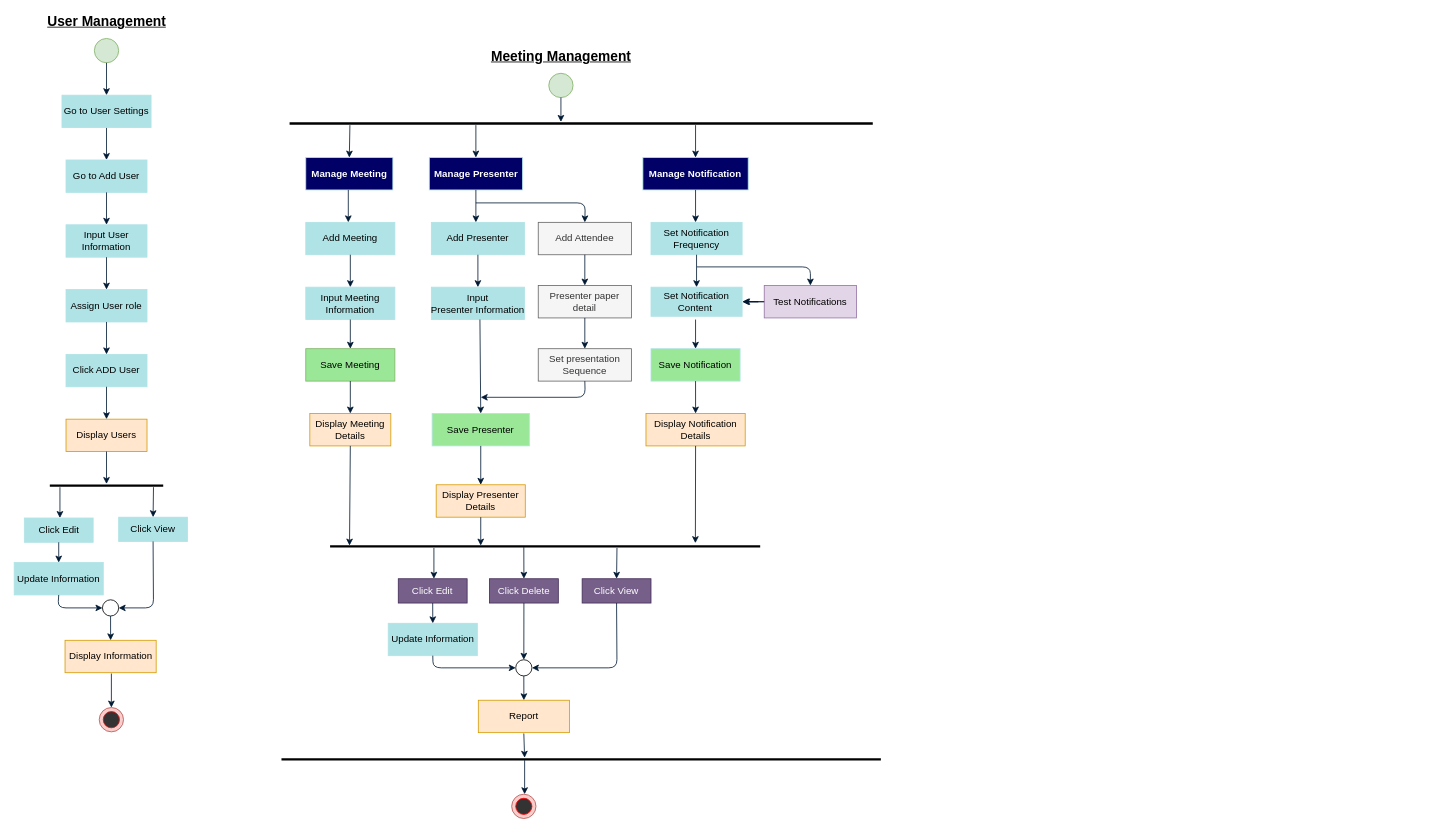
Above: Untitled Diagram.drawio in Afifairin/Diagrams (draw.io), before the change. Source tidied: cells renumbered, new cells numbered last; positions are measured from the earlier drawing's top-left corner, leaving out a move shared by most shapes. Both pictures are drawn from the tidied source at 81%, with x=0, y=0 at pixel (14, 14).
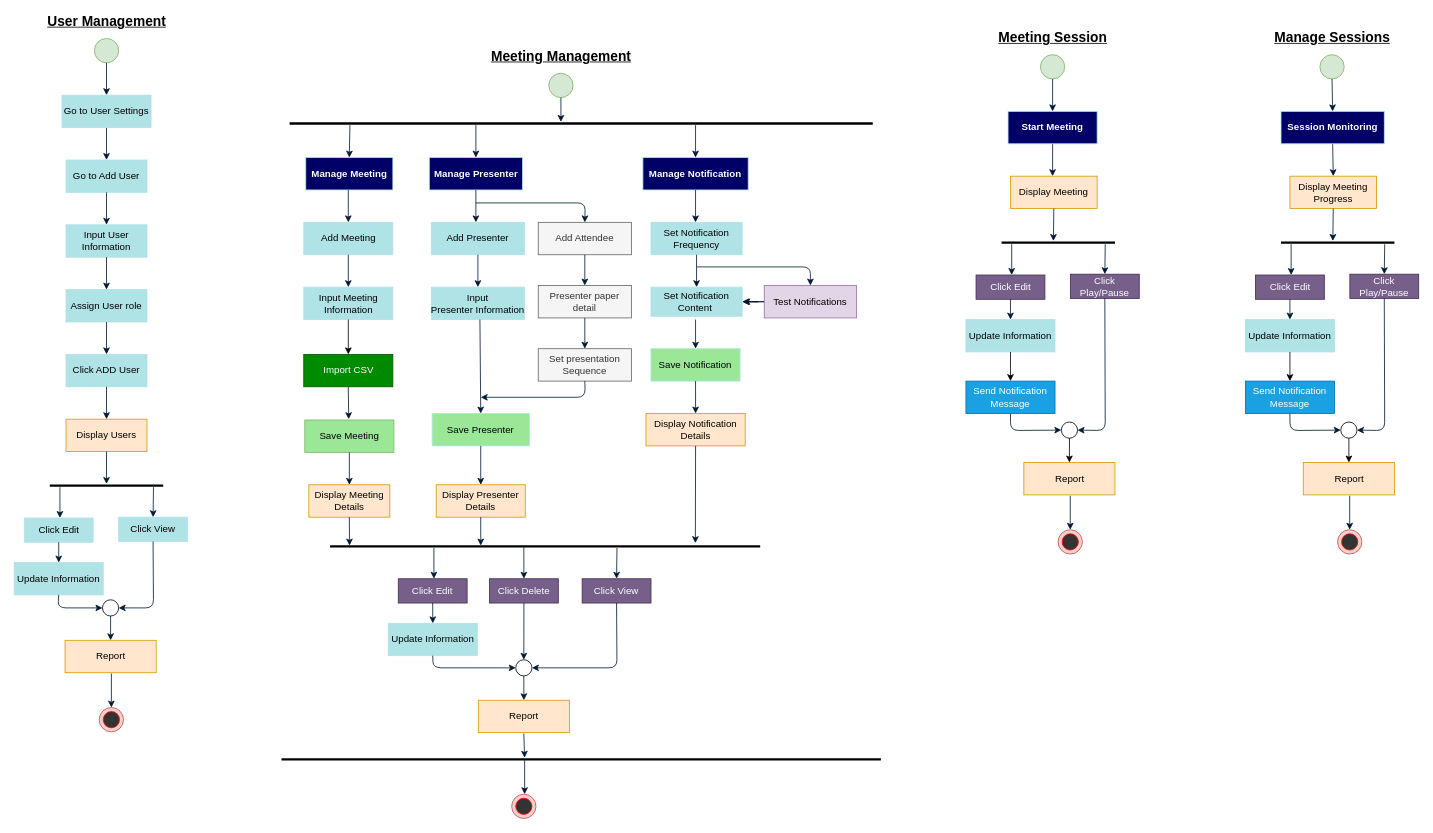
The same page after the edit.

The edit, as a diff of the source:
```diff
@@
     <mxCell id="28" value="Add Meeting" style="rounded=0;whiteSpace=wrap;html=1;fillColor=#b0e3e6;strokeColor=#B0E3E6;" parent="1" vertex="1">
-      <mxGeometry x="360" y="257" width="110" height="40" as="geometry" />
+      <mxGeometry x="357.5" y="257" width="110" height="40" as="geometry" />
     </mxCell>
     <mxCell id="29" value="Input Meeting Information" style="rounded=0;whiteSpace=wrap;html=1;fillColor=#b0e3e6;strokeColor=#B0E3E6;" parent="1" vertex="1">
-      <mxGeometry x="360" y="337" width="110" height="40" as="geometry" />
+      <mxGeometry x="357.5" y="337" width="110" height="40" as="geometry" />
     </mxCell>
@@
     <mxCell id="39" value="&lt;span&gt;Save Meeting&lt;/span&gt;" style="rounded=0;whiteSpace=wrap;html=1;strokeColor=#82b366;fillColor=#9AE897;" parent="1" vertex="1">
-      <mxGeometry x="360" y="413" width="110" height="40" as="geometry" />
+      <mxGeometry x="358.8" y="501" width="110" height="40" as="geometry" />
     </mxCell>
     <mxCell id="40" value="Display Meeting Details" style="rounded=0;whiteSpace=wrap;html=1;fillColor=#ffe6cc;strokeColor=#d79b00;" parent="1" vertex="1">
-      <mxGeometry x="365" y="493" width="100" height="40" as="geometry" />
+      <mxGeometry x="363.8" y="581" width="100" height="40" as="geometry" />
     </mxCell>
@@
-    <mxCell id="43" style="endArrow=classic;html=1;exitX=0.5;exitY=1;exitDx=0;exitDy=0;entryX=0.5;entryY=0;entryDx=0;entryDy=0;strokeColor=#001933;" parent="1" edge="1" source="29" target="39">
-      <mxGeometry relative="1" as="geometry" />
+    <mxCell id="43" style="endArrow=classic;html=1;strokeColor=#001933;exitX=0.5;exitY=1;exitDx=0;exitDy=0;" parent="1" edge="1" source="100">
+      <mxGeometry relative="1" as="geometry">
+        <mxPoint x="413" y="500" as="targetPoint" />
+      </mxGeometry>
     </mxCell>
@@
-    <mxCell id="83" value="Display Information" style="rounded=0;whiteSpace=wrap;html=1;fillColor=#ffe6cc;strokeColor=#d79b00;" parent="1" vertex="1">
+    <mxCell id="83" value="Report" style="rounded=0;whiteSpace=wrap;html=1;fillColor=#ffe6cc;strokeColor=#d79b00;" parent="1" vertex="1">
       <mxGeometry x="62.8" y="773" width="112.5" height="40" as="geometry" />
     </mxCell>
@@
+    <mxCell id="100" value="Import CSV" style="rounded=0;whiteSpace=wrap;html=1;fillColor=#008a00;strokeColor=#005700;fontColor=#ffffff;" parent="1" vertex="1">
+      <mxGeometry x="357.5" y="420" width="110" height="40" as="geometry" />
+    </mxCell>
+    <mxCell id="101" style="endArrow=classic;html=1;exitX=0.5;exitY=1;exitDx=0;exitDy=0;entryX=0.5;entryY=0;entryDx=0;entryDy=0;" parent="1" edge="1" source="29" target="100">
+      <mxGeometry relative="1" as="geometry" />
+    </mxCell>
+    <mxCell id="102" style="ellipse;whiteSpace=wrap;html=1;fillColor=#d5e8d4;strokeColor=#82b366;" parent="1" vertex="1">
+      <mxGeometry x="1267" y="50" width="30" height="30" as="geometry" />
+    </mxCell>
+    <mxCell id="103" value="&lt;b&gt;&lt;font style=&quot;font-size: 17px&quot;&gt;&lt;u&gt;Meeting Session&lt;/u&gt;&lt;/font&gt;&lt;/b&gt;" style="text;html=1;align=center;verticalAlign=middle;" parent="1" vertex="1">
+      <mxGeometry x="1207" y="20" width="150" height="20" as="geometry" />
+    </mxCell>
+    <mxCell id="104" style="endArrow=classic;html=1;strokeColor=#001933;exitX=0.5;exitY=1;exitDx=0;exitDy=0;" parent="1" edge="1" source="107">
+      <mxGeometry relative="1" as="geometry">
+        <mxPoint x="1282" y="200" as="targetPoint" />
+      </mxGeometry>
+    </mxCell>
+    <mxCell id="105" value="Display Meeting" style="rounded=0;whiteSpace=wrap;html=1;fillColor=#ffe6cc;strokeColor=#d79b00;" parent="1" vertex="1">
+      <mxGeometry x="1230" y="200" width="107" height="40" as="geometry" />
+    </mxCell>
+    <mxCell id="106" style="endArrow=classic;html=1;exitX=0.5;exitY=1;exitDx=0;exitDy=0;strokeColor=#001933;" parent="1" edge="1" source="105">
+      <mxGeometry relative="1" as="geometry">
+        <mxPoint x="1283" y="280" as="targetPoint" />
+      </mxGeometry>
+    </mxCell>
+    <mxCell id="107" value="&lt;font color=&quot;#ffffff&quot;&gt;&lt;b&gt;Start Meeting&lt;/b&gt;&lt;/font&gt;" style="rounded=0;whiteSpace=wrap;html=1;strokeColor=#B0E3E6;fillColor=#000066;" parent="1" vertex="1">
+      <mxGeometry x="1227" y="120" width="110" height="40" as="geometry" />
+    </mxCell>
+    <mxCell id="108" style="endArrow=classic;html=1;exitX=0.5;exitY=1;exitDx=0;exitDy=0;entryX=0.5;entryY=0;entryDx=0;entryDy=0;strokeColor=#001933;" parent="1" edge="1" source="102" target="107">
+      <mxGeometry relative="1" as="geometry" />
+    </mxCell>
+    <mxCell id="109" style="ellipse;whiteSpace=wrap;html=1;fillColor=#f8cecc;strokeColor=#b85450;" parent="1" vertex="1">
+      <mxGeometry x="1288.8" y="636.5" width="30" height="30" as="geometry" />
+    </mxCell>
+    <mxCell id="110" style="ellipse;whiteSpace=wrap;html=1;fillColor=#333333;strokeColor=#FF0000;" parent="1" vertex="1">
+      <mxGeometry x="1293.8" y="641.5" width="20" height="20" as="geometry" />
+    </mxCell>
+    <mxCell id="111" style="endArrow=classic;html=1;entryX=0.5;entryY=0;entryDx=0;entryDy=0;strokeColor=#001933;" parent="1" edge="1" target="109">
+      <mxGeometry relative="1" as="geometry">
+        <mxPoint x="1303.8" y="594.5" as="sourcePoint" />
+      </mxGeometry>
+    </mxCell>
+    <mxCell id="112" style="line;strokeWidth=3;fillColor=none;align=left;verticalAlign=middle;spacingTop=-1;spacingLeft=3;spacingRight=3;labelPosition=right;" parent="1" vertex="1">
+      <mxGeometry x="1219" y="279" width="140" height="6" as="geometry" />
+    </mxCell>
+    <mxCell id="113" style="endArrow=classic;html=1;strokeColor=#001933;" parent="1" edge="1">
+      <mxGeometry relative="1" as="geometry">
+        <mxPoint x="1231.5" y="284" as="sourcePoint" />
+        <mxPoint x="1231.5" y="322" as="targetPoint" />
+      </mxGeometry>
+    </mxCell>
+    <mxCell id="114" value="&lt;span&gt;Click Edit&lt;/span&gt;" style="rounded=0;whiteSpace=wrap;html=1;strokeColor=#432D57;fillColor=#76608a;fontColor=#ffffff;" parent="1" vertex="1">
+      <mxGeometry x="1187.5" y="322" width="85" height="30" as="geometry" />
+    </mxCell>
+    <mxCell id="115" value="&lt;span&gt;Click Play/Pause&lt;/span&gt;" style="rounded=0;whiteSpace=wrap;html=1;fillColor=#76608a;strokeColor=#432D57;fontColor=#ffffff;" parent="1" vertex="1">
+      <mxGeometry x="1304" y="321" width="85" height="30" as="geometry" />
+    </mxCell>
+    <mxCell id="116" style="endArrow=classic;html=1;strokeColor=#001933;entryX=0.5;entryY=0;entryDx=0;entryDy=0;" parent="1" edge="1" target="115">
+      <mxGeometry relative="1" as="geometry">
+        <mxPoint x="1347" y="284" as="sourcePoint" />
+      </mxGeometry>
+    </mxCell>
+    <mxCell id="117" value="Update Information" style="rounded=0;whiteSpace=wrap;html=1;fillColor=#b0e3e6;strokeColor=#B0E3E6;" parent="1" vertex="1">
+      <mxGeometry x="1175" y="377" width="110" height="40" as="geometry" />
+    </mxCell>
+    <mxCell id="118" value="Report" style="rounded=0;whiteSpace=wrap;html=1;fillColor=#ffe6cc;strokeColor=#d79b00;" parent="1" vertex="1">
+      <mxGeometry x="1246.5" y="553.5" width="112.5" height="40" as="geometry" />
+    </mxCell>
+    <mxCell id="119" style="ellipse;whiteSpace=wrap;html=1;strokeColor=#000000;strokeWidth=1;fillColor=none;" parent="1" vertex="1">
+      <mxGeometry x="1292.8" y="503.5" width="20" height="20" as="geometry" />
+    </mxCell>
+    <mxCell id="120" style="endArrow=classic;html=1;exitX=0.5;exitY=1;exitDx=0;exitDy=0;strokeColor=#001933;entryX=0.5;entryY=0;entryDx=0;entryDy=0;" parent="1" edge="1" source="114" target="117">
+      <mxGeometry relative="1" as="geometry" />
+    </mxCell>
+    <mxCell id="121" style="endArrow=classic;html=1;exitX=0.5;exitY=1;exitDx=0;exitDy=0;strokeColor=#001933;entryX=1;entryY=0.5;entryDx=0;entryDy=0;" parent="1" edge="1" source="115" target="119">
+      <mxGeometry relative="1" as="geometry">
+        <Array as="points">
+          <mxPoint x="1347" y="514" />
+        </Array>
+      </mxGeometry>
+    </mxCell>
+    <mxCell id="122" style="endArrow=classic;html=1;strokeColor=#001933;entryX=0;entryY=0.5;entryDx=0;entryDy=0;exitX=0.5;exitY=1;exitDx=0;exitDy=0;" parent="1" edge="1" source="124" target="119">
+      <mxGeometry relative="1" as="geometry">
+        <Array as="points">
+          <mxPoint x="1230" y="514" />
+        </Array>
+      </mxGeometry>
+    </mxCell>
+    <mxCell id="123" style="endArrow=classic;html=1;exitX=0.5;exitY=0;exitDx=0;exitDy=0;strokeColor=#001933;entryX=0.5;entryY=0;entryDx=0;entryDy=0;" parent="1" edge="1" source="118" target="118">
+      <mxGeometry relative="1" as="geometry" />
+    </mxCell>
+    <mxCell id="124" value="Send Notification Message" style="rounded=0;whiteSpace=wrap;html=1;strokeColor=#006EAF;fillColor=#1ba1e2;fontColor=#ffffff;" parent="1" vertex="1">
+      <mxGeometry x="1175" y="453" width="110" height="40" as="geometry" />
+    </mxCell>
+    <mxCell id="125" style="endArrow=classic;html=1;exitX=0.5;exitY=1;exitDx=0;exitDy=0;entryX=0.5;entryY=0;entryDx=0;entryDy=0;" parent="1" edge="1" source="117" target="124">
+      <mxGeometry relative="1" as="geometry" />
+    </mxCell>
+    <mxCell id="126" style="endArrow=classic;html=1;entryX=0.5;entryY=0;entryDx=0;entryDy=0;exitX=0.5;exitY=1;exitDx=0;exitDy=0;" parent="1" edge="1" source="119" target="118">
+      <mxGeometry relative="1" as="geometry" />
+    </mxCell>
+    <mxCell id="127" style="ellipse;whiteSpace=wrap;html=1;fillColor=#d5e8d4;strokeColor=#82b366;" parent="1" vertex="1">
+      <mxGeometry x="1612" y="50" width="30" height="30" as="geometry" />
+    </mxCell>
+    <mxCell id="128" value="&lt;b&gt;&lt;font style=&quot;font-size: 17px&quot;&gt;&lt;u&gt;Manage Sessions&lt;/u&gt;&lt;/font&gt;&lt;/b&gt;" style="text;html=1;align=center;verticalAlign=middle;" parent="1" vertex="1">
+      <mxGeometry x="1547" y="20" width="160" height="20" as="geometry" />
+    </mxCell>
+    <mxCell id="129" style="endArrow=classic;html=1;strokeColor=#001933;exitX=0.5;exitY=1;exitDx=0;exitDy=0;entryX=0.5;entryY=0;entryDx=0;entryDy=0;" parent="1" edge="1" source="132" target="130">
+      <mxGeometry relative="1" as="geometry" />
+    </mxCell>
+    <mxCell id="130" value="Display Meeting Progress" style="rounded=0;whiteSpace=wrap;html=1;fillColor=#ffe6cc;strokeColor=#d79b00;" parent="1" vertex="1">
+      <mxGeometry x="1575" y="200" width="107" height="40" as="geometry" />
+    </mxCell>
+    <mxCell id="131" style="endArrow=classic;html=1;exitX=0.5;exitY=1;exitDx=0;exitDy=0;strokeColor=#001933;" parent="1" edge="1" source="130">
+      <mxGeometry relative="1" as="geometry">
+        <mxPoint x="1628" y="280" as="targetPoint" />
+      </mxGeometry>
+    </mxCell>
+    <mxCell id="132" value="&lt;font color=&quot;#ffffff&quot;&gt;&lt;b&gt;Session Monitoring&lt;/b&gt;&lt;/font&gt;" style="rounded=0;whiteSpace=wrap;html=1;strokeColor=#B0E3E6;fillColor=#000066;" parent="1" vertex="1">
+      <mxGeometry x="1564" y="120" width="127.5" height="40" as="geometry" />
+    </mxCell>
+    <mxCell id="133" style="endArrow=classic;html=1;exitX=0.5;exitY=1;exitDx=0;exitDy=0;entryX=0.5;entryY=0;entryDx=0;entryDy=0;strokeColor=#001933;" parent="1" edge="1" source="127" target="132">
+      <mxGeometry relative="1" as="geometry" />
+    </mxCell>
+    <mxCell id="134" style="ellipse;whiteSpace=wrap;html=1;fillColor=#f8cecc;strokeColor=#b85450;" parent="1" vertex="1">
+      <mxGeometry x="1633.8" y="636.5" width="30" height="30" as="geometry" />
+    </mxCell>
+    <mxCell id="135" style="ellipse;whiteSpace=wrap;html=1;fillColor=#333333;strokeColor=#FF0000;" parent="1" vertex="1">
+      <mxGeometry x="1638.8" y="641.5" width="20" height="20" as="geometry" />
+    </mxCell>
+    <mxCell id="136" style="endArrow=classic;html=1;entryX=0.5;entryY=0;entryDx=0;entryDy=0;strokeColor=#001933;" parent="1" edge="1" target="134">
+      <mxGeometry relative="1" as="geometry">
+        <mxPoint x="1648.8" y="594.5" as="sourcePoint" />
+      </mxGeometry>
+    </mxCell>
+    <mxCell id="137" style="line;strokeWidth=3;fillColor=none;align=left;verticalAlign=middle;spacingTop=-1;spacingLeft=3;spacingRight=3;labelPosition=right;" parent="1" vertex="1">
+      <mxGeometry x="1564" y="279" width="140" height="6" as="geometry" />
+    </mxCell>
+    <mxCell id="138" style="endArrow=classic;html=1;strokeColor=#001933;" parent="1" edge="1">
+      <mxGeometry relative="1" as="geometry">
+        <mxPoint x="1576.5" y="284" as="sourcePoint" />
+        <mxPoint x="1576.5" y="322" as="targetPoint" />
+      </mxGeometry>
+    </mxCell>
+    <mxCell id="139" value="&lt;span&gt;Click Edit&lt;/span&gt;" style="rounded=0;whiteSpace=wrap;html=1;strokeColor=#432D57;fillColor=#76608a;fontColor=#ffffff;" parent="1" vertex="1">
+      <mxGeometry x="1532.5" y="322" width="85" height="30" as="geometry" />
+    </mxCell>
+    <mxCell id="140" value="&lt;span&gt;Click Play/Pause&lt;/span&gt;" style="rounded=0;whiteSpace=wrap;html=1;fillColor=#76608a;strokeColor=#432D57;fontColor=#ffffff;" parent="1" vertex="1">
+      <mxGeometry x="1649" y="321" width="85" height="30" as="geometry" />
+    </mxCell>
+    <mxCell id="141" style="endArrow=classic;html=1;strokeColor=#001933;entryX=0.5;entryY=0;entryDx=0;entryDy=0;" parent="1" edge="1" target="140">
+      <mxGeometry relative="1" as="geometry">
+        <mxPoint x="1692" y="284" as="sourcePoint" />
+      </mxGeometry>
+    </mxCell>
+    <mxCell id="142" value="Update Information" style="rounded=0;whiteSpace=wrap;html=1;fillColor=#b0e3e6;strokeColor=#B0E3E6;" parent="1" vertex="1">
+      <mxGeometry x="1520" y="377" width="110" height="40" as="geometry" />
+    </mxCell>
+    <mxCell id="143" value="Report" style="rounded=0;whiteSpace=wrap;html=1;fillColor=#ffe6cc;strokeColor=#d79b00;" parent="1" vertex="1">
+      <mxGeometry x="1591.5" y="553.5" width="112.5" height="40" as="geometry" />
+    </mxCell>
+    <mxCell id="144" style="ellipse;whiteSpace=wrap;html=1;strokeColor=#000000;strokeWidth=1;fillColor=none;" parent="1" vertex="1">
+      <mxGeometry x="1637.8" y="503.5" width="20" height="20" as="geometry" />
+    </mxCell>
+    <mxCell id="145" style="endArrow=classic;html=1;exitX=0.5;exitY=1;exitDx=0;exitDy=0;strokeColor=#001933;entryX=0.5;entryY=0;entryDx=0;entryDy=0;" parent="1" edge="1" source="139" target="142">
+      <mxGeometry relative="1" as="geometry" />
+    </mxCell>
+    <mxCell id="146" style="endArrow=classic;html=1;exitX=0.5;exitY=1;exitDx=0;exitDy=0;strokeColor=#001933;entryX=1;entryY=0.5;entryDx=0;entryDy=0;" parent="1" edge="1" source="140" target="144">
+      <mxGeometry relative="1" as="geometry">
+        <Array as="points">
+          <mxPoint x="1692" y="514" />
+        </Array>
+      </mxGeometry>
+    </mxCell>
+    <mxCell id="147" style="endArrow=classic;html=1;strokeColor=#001933;entryX=0;entryY=0.5;entryDx=0;entryDy=0;exitX=0.5;exitY=1;exitDx=0;exitDy=0;" parent="1" edge="1" source="149" target="144">
+      <mxGeometry relative="1" as="geometry">
+        <Array as="points">
+          <mxPoint x="1575" y="514" />
+        </Array>
+      </mxGeometry>
+    </mxCell>
+    <mxCell id="148" style="endArrow=classic;html=1;exitX=0.5;exitY=0;exitDx=0;exitDy=0;strokeColor=#001933;entryX=0.5;entryY=0;entryDx=0;entryDy=0;" parent="1" edge="1" source="143" target="143">
+      <mxGeometry relative="1" as="geometry" />
+    </mxCell>
+    <mxCell id="149" value="Send Notification Message" style="rounded=0;whiteSpace=wrap;html=1;strokeColor=#006EAF;fillColor=#1ba1e2;fontColor=#ffffff;" parent="1" vertex="1">
+      <mxGeometry x="1520" y="453" width="110" height="40" as="geometry" />
+    </mxCell>
+    <mxCell id="150" style="endArrow=classic;html=1;exitX=0.5;exitY=1;exitDx=0;exitDy=0;entryX=0.5;entryY=0;entryDx=0;entryDy=0;" parent="1" edge="1" source="142" target="149">
+      <mxGeometry relative="1" as="geometry" />
+    </mxCell>
+    <mxCell id="151" style="endArrow=classic;html=1;entryX=0.5;entryY=0;entryDx=0;entryDy=0;exitX=0.5;exitY=1;exitDx=0;exitDy=0;" parent="1" edge="1" source="144" target="143">
+      <mxGeometry relative="1" as="geometry" />
+    </mxCell>
```
